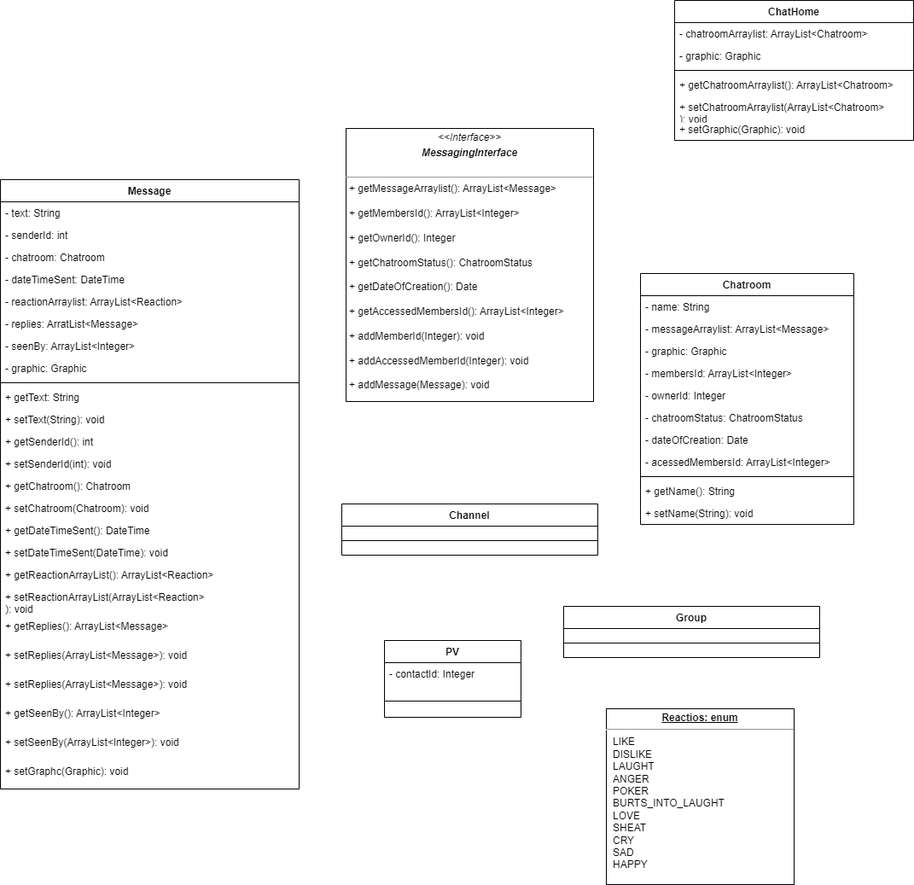
This is Untitled Diagram.drawio.png from AliGhaemm/MyTelegram, a draw.io export, as it was before one commit. Source tidied: cells renumbered, new cells last; positions are measured from the earlier drawing's top-left corner, leaving out a move shared by most shapes.
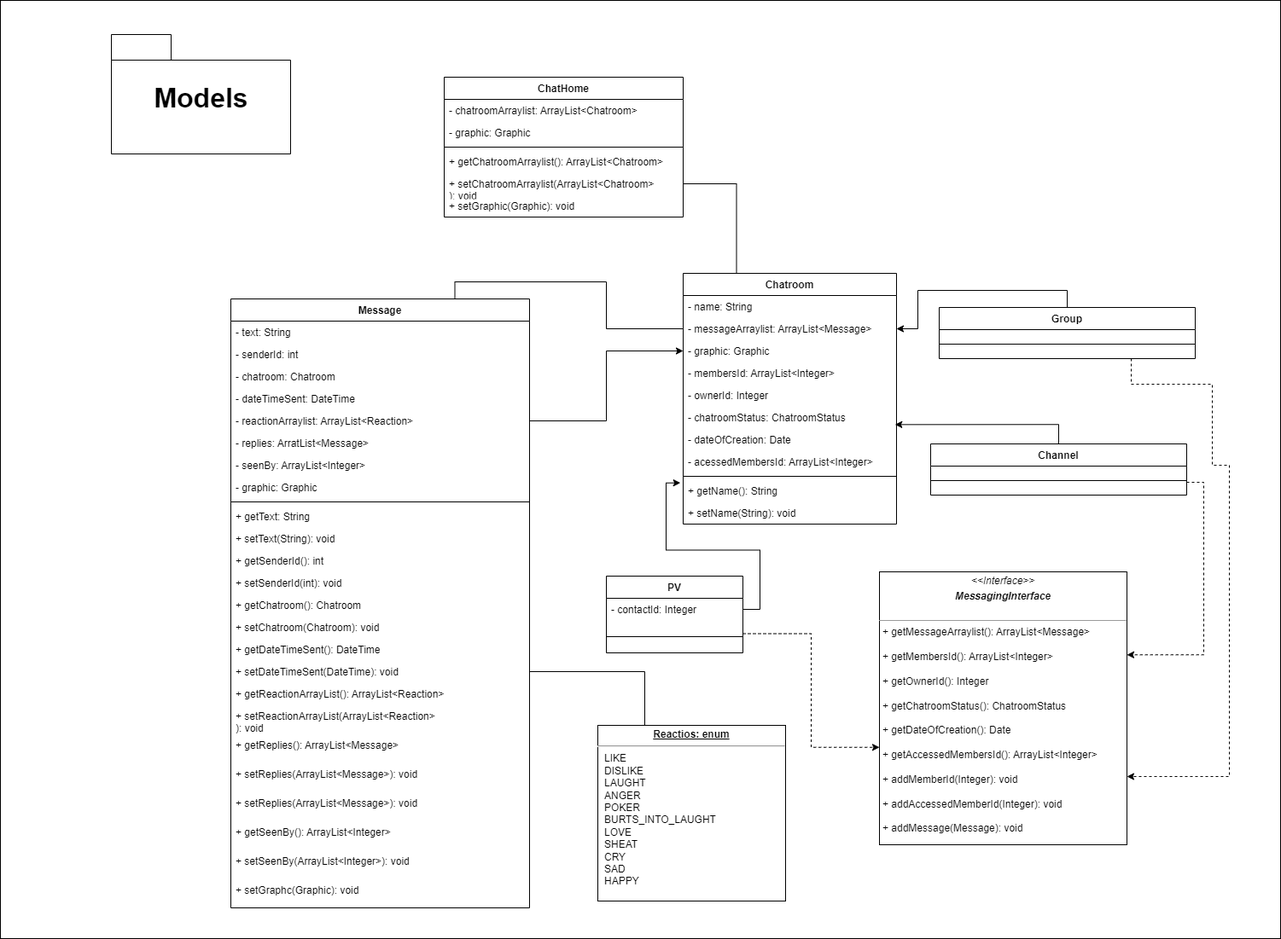
The same diagram one commit later.

The edit, as a diff of the source:
```diff
@@ -3,10 +3,10 @@
     <mxCell id="0" />
     <mxCell id="1" parent="0" />
     <mxCell id="2" value="&lt;p style=&quot;margin:0px;margin-top:4px;text-align:center;&quot;&gt;&lt;i&gt;&amp;lt;&amp;lt;Interface&amp;gt;&amp;gt;&lt;/i&gt;&lt;/p&gt;&lt;p style=&quot;margin:0px;margin-top:4px;text-align:center;&quot;&gt;&lt;i&gt;&lt;b&gt;MessagingInterface&lt;/b&gt;&lt;/i&gt;&lt;br&gt;&lt;/p&gt;&lt;p style=&quot;margin:0px;margin-left:4px;&quot;&gt;&lt;br&gt;&lt;/p&gt;&lt;hr size=&quot;1&quot;&gt;&lt;p style=&quot;margin:0px;margin-left:4px;&quot;&gt;+ getMessageArraylist(): ArrayList&amp;lt;Message&amp;gt;&lt;br&gt;&lt;/p&gt;&lt;p style=&quot;margin:0px;margin-left:4px;&quot;&gt;&lt;br&gt;&lt;/p&gt;&lt;p style=&quot;margin:0px;margin-left:4px;&quot;&gt;+ getMembersId(): ArrayList&amp;lt;Integer&amp;gt;&lt;br&gt;&lt;/p&gt;&lt;p style=&quot;margin:0px;margin-left:4px;&quot;&gt;&lt;br&gt;&lt;/p&gt;&lt;p style=&quot;margin:0px;margin-left:4px;&quot;&gt;+ getOwnerId(): Integer&lt;br&gt;&lt;/p&gt;&lt;p style=&quot;margin:0px;margin-left:4px;&quot;&gt;&lt;br&gt;&lt;/p&gt;&lt;p style=&quot;margin:0px;margin-left:4px;&quot;&gt;+ getChatroomStatus(): ChatroomStatus&lt;br&gt;&lt;/p&gt;&lt;p style=&quot;margin:0px;margin-left:4px;&quot;&gt;&lt;br&gt;&lt;/p&gt;&lt;p style=&quot;margin:0px;margin-left:4px;&quot;&gt;+ getDateOfCreation(): Date&lt;br&gt;&lt;/p&gt;&lt;p style=&quot;margin:0px;margin-left:4px;&quot;&gt;&lt;br&gt;&lt;/p&gt;&lt;p style=&quot;margin:0px;margin-left:4px;&quot;&gt;+ getAccessedMembersId(): ArrayList&amp;lt;Integer&amp;gt;&lt;br&gt;&lt;/p&gt;&lt;p style=&quot;margin:0px;margin-left:4px;&quot;&gt;&lt;br&gt;&lt;/p&gt;&lt;p style=&quot;margin:0px;margin-left:4px;&quot;&gt;+ addMemberId(Integer): void&lt;br&gt;&lt;/p&gt;&lt;p style=&quot;margin:0px;margin-left:4px;&quot;&gt;&lt;br&gt;&lt;/p&gt;&lt;p style=&quot;margin:0px;margin-left:4px;&quot;&gt;+ addAccessedMemberId(Integer): void&lt;br&gt;&lt;/p&gt;&lt;p style=&quot;margin:0px;margin-left:4px;&quot;&gt;&lt;br&gt;&lt;/p&gt;&lt;p style=&quot;margin:0px;margin-left:4px;&quot;&gt;+ addMessage(Message): void&lt;br&gt;&lt;/p&gt;" style="verticalAlign=top;align=left;overflow=fill;fontSize=12;fontFamily=Helvetica;html=1;" parent="1" vertex="1">
-      <mxGeometry x="405" y="150" width="290" height="320" as="geometry" />
+      <mxGeometry x="800" y="630" width="290" height="320" as="geometry" />
     </mxCell>
     <mxCell id="3" value="Message" style="swimlane;fontStyle=1;align=center;verticalAlign=top;horizontal=1;startSize=26;" parent="1" vertex="1">
-      <mxGeometry y="210" width="350" height="714" as="geometry" />
+      <mxGeometry x="40" y="310" width="350" height="714" as="geometry" />
     </mxCell>
     <mxCell id="4" value="- text: String" style="text;strokeColor=none;fillColor=none;align=left;verticalAlign=top;spacingLeft=4;spacingRight=4;overflow=hidden;" parent="3" vertex="1">
       <mxGeometry y="26" width="350" height="26" as="geometry" />
@@ -84,7 +84,7 @@
       <mxGeometry y="680" width="350" height="34" as="geometry" />
     </mxCell>
     <mxCell id="29" value="ChatHome" style="swimlane;fontStyle=1;align=center;verticalAlign=top;horizontal=1;startSize=26;" parent="1" vertex="1">
-      <mxGeometry x="790" width="280" height="164" as="geometry" />
+      <mxGeometry x="290" y="50" width="280" height="164" as="geometry" />
     </mxCell>
     <mxCell id="30" value="- chatroomArraylist: ArrayList&lt;Chatroom&gt;" style="text;strokeColor=none;fillColor=none;align=left;verticalAlign=top;spacingLeft=4;spacingRight=4;overflow=hidden;" parent="29" vertex="1">
       <mxGeometry y="26" width="280" height="26" as="geometry" />
@@ -105,7 +105,7 @@
       <mxGeometry y="138" width="280" height="26" as="geometry" />
     </mxCell>
     <mxCell id="36" value="Chatroom" style="swimlane;fontStyle=1;align=center;verticalAlign=top;horizontal=1;startSize=26;" parent="1" vertex="1">
-      <mxGeometry x="750" y="320" width="250" height="294" as="geometry" />
+      <mxGeometry x="570" y="280" width="250" height="294" as="geometry" />
     </mxCell>
     <mxCell id="37" value="- name: String" style="text;strokeColor=none;fillColor=none;align=left;verticalAlign=top;spacingLeft=4;spacingRight=4;overflow=hidden;" parent="36" vertex="1">
       <mxGeometry y="26" width="250" height="26" as="geometry" />
@@ -140,20 +140,43 @@
     <mxCell id="47" value="+ setName(String): void" style="text;strokeColor=none;fillColor=none;align=left;verticalAlign=top;spacingLeft=4;spacingRight=4;overflow=hidden;" parent="36" vertex="1">
       <mxGeometry y="268" width="250" height="26" as="geometry" />
     </mxCell>
+    <mxCell id="56" style="edgeStyle=orthogonalEdgeStyle;rounded=0;jettySize=auto;html=1;exitX=0.5;exitY=0;exitDx=0;exitDy=0;entryX=0.993;entryY=-0.179;entryDx=0;entryDy=0;entryPerimeter=0;" parent="1" edge="1" source="48" target="43">
+      <mxGeometry relative="1" as="geometry" />
+    </mxCell>
+    <mxCell id="57" style="edgeStyle=orthogonalEdgeStyle;rounded=0;jettySize=auto;html=1;exitX=1;exitY=0.75;exitDx=0;exitDy=0;entryX=1;entryY=0.304;entryDx=0;entryDy=0;entryPerimeter=0;dashed=1;" parent="1" edge="1" source="48" target="2">
+      <mxGeometry relative="1" as="geometry" />
+    </mxCell>
     <mxCell id="48" value="Channel" style="swimlane;fontStyle=1;align=center;verticalAlign=top;horizontal=1;startSize=26;" parent="1" vertex="1">
-      <mxGeometry x="400" y="590" width="300" height="60" as="geometry" />
+      <mxGeometry x="860" y="480" width="300" height="60" as="geometry" />
     </mxCell>
     <mxCell id="49" style="line;strokeWidth=1;fillColor=none;align=left;verticalAlign=middle;spacingTop=-1;spacingLeft=3;spacingRight=3;labelPosition=right;strokeColor=inherit;" parent="48" vertex="1">
       <mxGeometry y="26" width="300" height="34" as="geometry" />
     </mxCell>
+    <mxCell id="58" style="edgeStyle=orthogonalEdgeStyle;rounded=0;jettySize=auto;html=1;exitX=0.5;exitY=0;exitDx=0;exitDy=0;entryX=1;entryY=0.5;entryDx=0;entryDy=0;" parent="1" edge="1" source="50" target="38">
+      <mxGeometry relative="1" as="geometry" />
+    </mxCell>
+    <mxCell id="59" style="edgeStyle=orthogonalEdgeStyle;rounded=0;jettySize=auto;html=1;exitX=0.75;exitY=1;exitDx=0;exitDy=0;entryX=1;entryY=0.75;entryDx=0;entryDy=0;dashed=1;" parent="1" edge="1" source="50" target="2">
+      <mxGeometry relative="1" as="geometry">
+        <Array as="points">
+          <mxPoint x="1095" y="410" />
+          <mxPoint x="1190" y="410" />
+          <mxPoint x="1190" y="505" />
+          <mxPoint x="1210" y="505" />
+          <mxPoint x="1210" y="870" />
+        </Array>
+      </mxGeometry>
+    </mxCell>
     <mxCell id="50" value="Group" style="swimlane;fontStyle=1;align=center;verticalAlign=top;horizontal=1;startSize=26;" parent="1" vertex="1">
-      <mxGeometry x="660" y="710" width="300" height="60" as="geometry" />
+      <mxGeometry x="870" y="320" width="300" height="60" as="geometry" />
     </mxCell>
     <mxCell id="51" style="line;strokeWidth=1;fillColor=none;align=left;verticalAlign=middle;spacingTop=-1;spacingLeft=3;spacingRight=3;labelPosition=right;strokeColor=inherit;" parent="50" vertex="1">
       <mxGeometry y="26" width="300" height="34" as="geometry" />
     </mxCell>
+    <mxCell id="60" style="edgeStyle=orthogonalEdgeStyle;rounded=0;jettySize=auto;html=1;exitX=1;exitY=0.75;exitDx=0;exitDy=0;entryX=0;entryY=0.643;entryDx=0;entryDy=0;entryPerimeter=0;dashed=1;" parent="1" edge="1" source="52" target="2">
+      <mxGeometry relative="1" as="geometry" />
+    </mxCell>
     <mxCell id="52" value="PV" style="swimlane;fontStyle=1;align=center;verticalAlign=top;horizontal=1;startSize=26;" parent="1" vertex="1">
-      <mxGeometry x="450" y="750" width="160" height="90" as="geometry" />
+      <mxGeometry x="480" y="635" width="160" height="90" as="geometry" />
     </mxCell>
     <mxCell id="53" value="- contactId: Integer" style="text;strokeColor=none;fillColor=none;align=left;verticalAlign=top;spacingLeft=4;spacingRight=4;overflow=hidden;points=[[0,0.5],[1,0.5]];portConstraint=eastwest;" parent="52" vertex="1">
       <mxGeometry y="26" width="160" height="26" as="geometry" />
@@ -161,8 +184,29 @@
     <mxCell id="54" style="line;strokeWidth=1;fillColor=none;align=left;verticalAlign=middle;spacingTop=-1;spacingLeft=3;spacingRight=3;labelPosition=right;strokeColor=inherit;" parent="52" vertex="1">
       <mxGeometry y="52" width="160" height="38" as="geometry" />
     </mxCell>
+    <mxCell id="61" style="jettySize=auto;html=1;exitX=0.25;exitY=0;exitDx=0;exitDy=0;entryX=1;entryY=0.5;entryDx=0;entryDy=0;edgeStyle=orthogonalEdgeStyle;rounded=0;endArrow=none;endFill=0;" parent="1" edge="1" source="55" target="20">
+      <mxGeometry relative="1" as="geometry" />
+    </mxCell>
     <mxCell id="55" value="&lt;p style=&quot;margin:0px;margin-top:4px;text-align:center;text-decoration:underline;&quot;&gt;&lt;b&gt;Reactios: enum&lt;/b&gt;&lt;/p&gt;&lt;hr&gt;&lt;p style=&quot;margin:0px;margin-left:8px;&quot;&gt;LIKE&lt;/p&gt;&lt;p style=&quot;margin:0px;margin-left:8px;&quot;&gt;DISLIKE&lt;/p&gt;&lt;p style=&quot;margin:0px;margin-left:8px;&quot;&gt;&lt;span style=&quot;background-color: initial;&quot;&gt;LAUGHT&lt;/span&gt;&lt;/p&gt;&lt;p style=&quot;margin:0px;margin-left:8px;&quot;&gt;&lt;span style=&quot;background-color: initial;&quot;&gt;ANGER&lt;/span&gt;&lt;/p&gt;&lt;p style=&quot;margin:0px;margin-left:8px;&quot;&gt;&lt;span style=&quot;background-color: initial;&quot;&gt;POKER&lt;/span&gt;&lt;/p&gt;&lt;p style=&quot;margin:0px;margin-left:8px;&quot;&gt;&lt;span style=&quot;background-color: initial;&quot;&gt;BURTS_INTO_LAUGHT&lt;/span&gt;&lt;/p&gt;&lt;p style=&quot;margin:0px;margin-left:8px;&quot;&gt;&lt;span style=&quot;background-color: initial;&quot;&gt;LOVE&lt;/span&gt;&lt;/p&gt;&lt;p style=&quot;margin:0px;margin-left:8px;&quot;&gt;&lt;span style=&quot;background-color: initial;&quot;&gt;SHEAT&lt;/span&gt;&lt;/p&gt;&lt;p style=&quot;margin:0px;margin-left:8px;&quot;&gt;&lt;span style=&quot;background-color: initial;&quot;&gt;CRY&lt;/span&gt;&lt;/p&gt;&lt;p style=&quot;margin:0px;margin-left:8px;&quot;&gt;&lt;span style=&quot;background-color: initial;&quot;&gt;SAD&lt;/span&gt;&lt;/p&gt;&lt;p style=&quot;margin:0px;margin-left:8px;&quot;&gt;&lt;span style=&quot;background-color: initial;&quot;&gt;HAPPY&lt;/span&gt;&lt;/p&gt;" style="verticalAlign=top;align=left;overflow=fill;fontSize=12;fontFamily=Helvetica;html=1;" parent="1" vertex="1">
-      <mxGeometry x="710" y="830" width="220" height="206" as="geometry" />
+      <mxGeometry x="470" y="810" width="220" height="206" as="geometry" />
     </mxCell>
+    <mxCell id="62" style="edgeStyle=orthogonalEdgeStyle;rounded=0;jettySize=auto;html=1;exitX=1;exitY=0.5;exitDx=0;exitDy=0;entryX=0;entryY=0.5;entryDx=0;entryDy=0;" parent="1" edge="1" source="8" target="39">
+      <mxGeometry relative="1" as="geometry" />
+    </mxCell>
+    <mxCell id="63" style="edgeStyle=orthogonalEdgeStyle;rounded=0;jettySize=auto;html=1;exitX=1;exitY=0.5;exitDx=0;exitDy=0;entryX=-0.013;entryY=0.141;entryDx=0;entryDy=0;entryPerimeter=0;" parent="1" edge="1" source="53" target="46">
+      <mxGeometry relative="1" as="geometry" />
+    </mxCell>
+    <mxCell id="64" style="edgeStyle=orthogonalEdgeStyle;rounded=0;jettySize=auto;html=1;exitX=1;exitY=0.5;exitDx=0;exitDy=0;entryX=0.25;entryY=0;entryDx=0;entryDy=0;endArrow=none;endFill=0;" parent="1" edge="1" source="34" target="36">
+      <mxGeometry relative="1" as="geometry" />
+    </mxCell>
+    <mxCell id="65" style="edgeStyle=orthogonalEdgeStyle;rounded=0;jettySize=auto;html=1;exitX=0;exitY=0.5;exitDx=0;exitDy=0;entryX=0.75;entryY=0;entryDx=0;entryDy=0;endArrow=none;endFill=0;" parent="1" edge="1" source="38" target="3">
+      <mxGeometry relative="1" as="geometry" />
+    </mxCell>
+    <mxCell id="66" style="rounded=0;whiteSpace=wrap;html=1;fillColor=none;" parent="1" vertex="1">
+      <mxGeometry x="-230" y="-40" width="1500" height="1100" as="geometry" />
+    </mxCell>
+    <mxCell id="67" value="&lt;font style=&quot;font-size: 32px;&quot;&gt;Models&lt;/font&gt;" style="shape=folder;fontStyle=1;spacingTop=10;tabWidth=70;tabHeight=30;tabPosition=left;html=1;" parent="1" vertex="1">
+      <mxGeometry x="-100" width="210" height="140" as="geometry" />
+    </mxCell>
   </root>
 </mxGraphModel>
```
